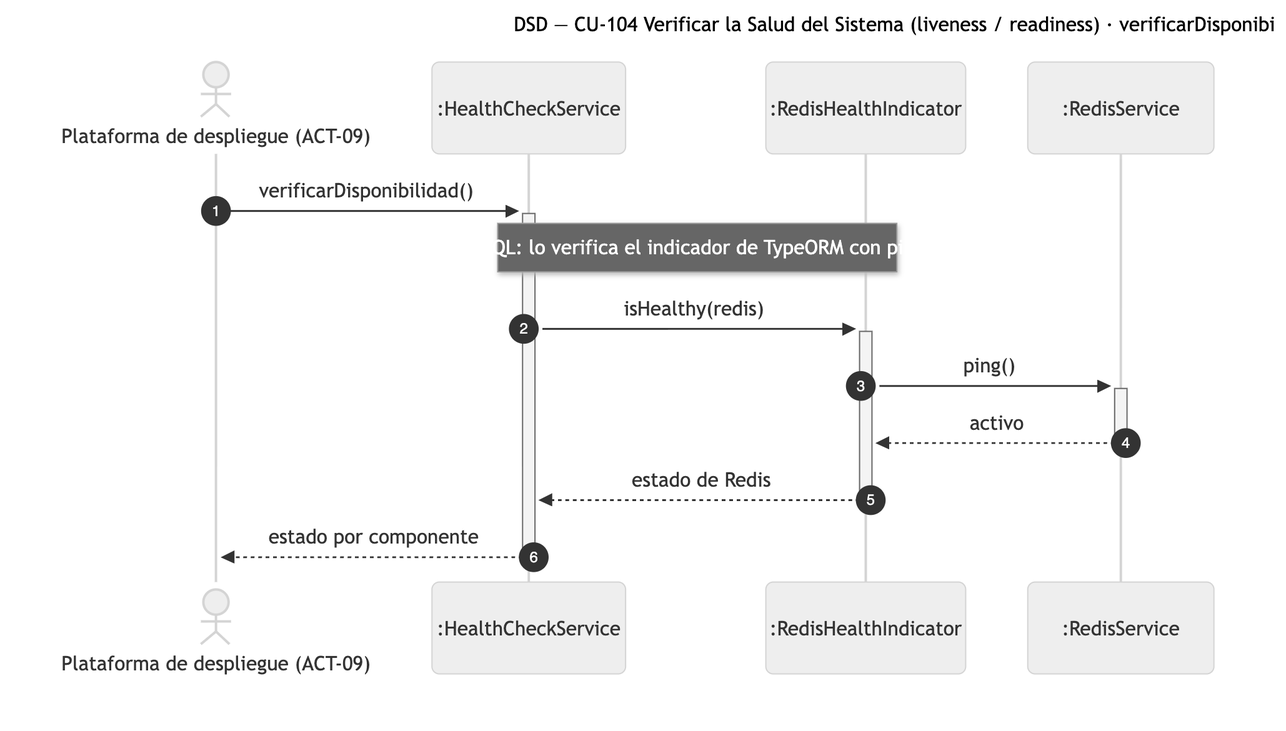
Nahuelito-Dev/splg-docs keeps this Mermaid diagram as diagramas/png/DSD_CU-104_verificarDisponibilidad.png. Above is the earlier version. Its source is kept beside it as diagramas/DSD_CU-104_verificarDisponibilidad.mmd.
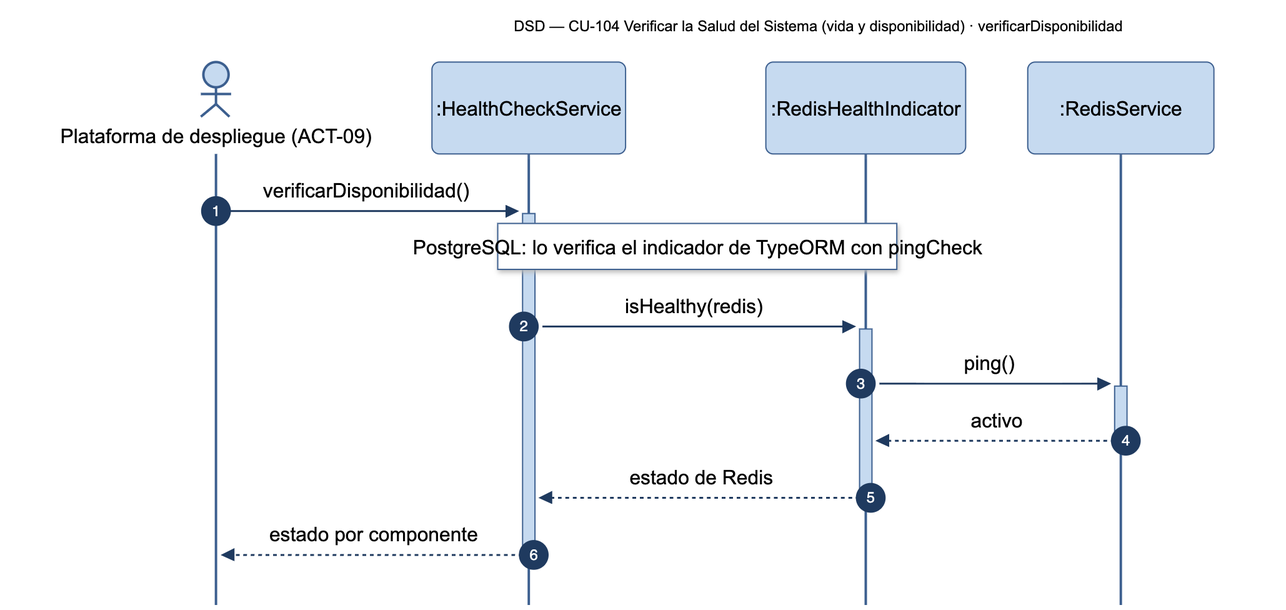
The same diagram one commit later.

Change to the diagram source:
```diff
@@ -1,5 +1,5 @@
 sequenceDiagram
-    title DSD — CU-104 Verificar la Salud del Sistema (liveness / readiness) · verificarDisponibilidad
+    title DSD — CU-104 Verificar la Salud del Sistema (vida y disponibilidad) · verificarDisponibilidad
     autonumber
     actor SIS as Plataforma de despliegue (ACT-09)
     participant HCS as :HealthCheckService
```
